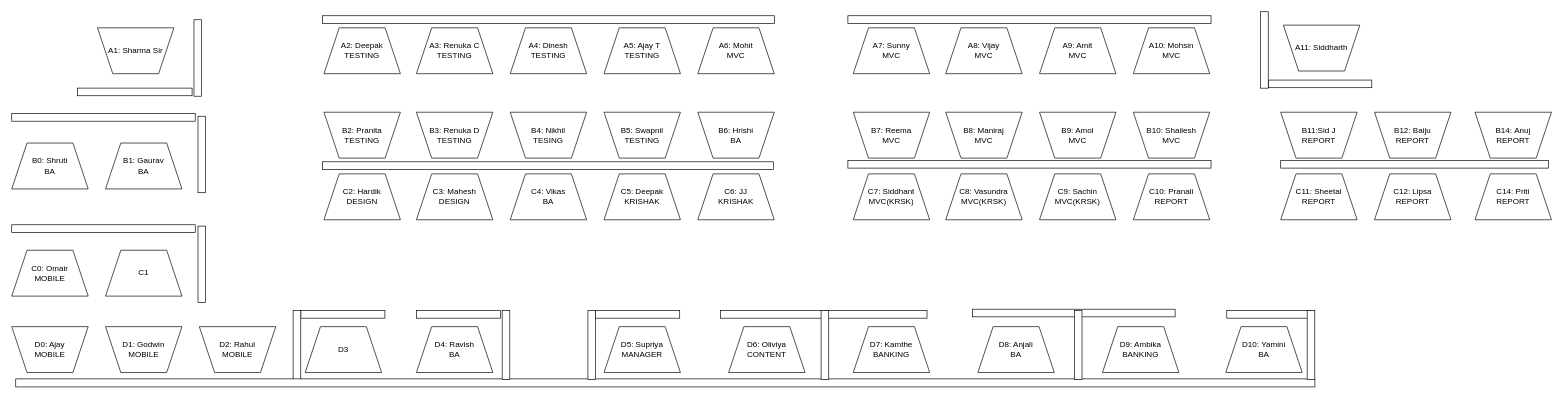
This is HO_605.drawio from ajaybhanushalid2k/wireframes, a draw.io file, before an edit. Source tidied: cells renumbered, new cells numbered last; positions are measured from the earlier drawing's top-left corner, leaving out a move shared by most shapes. Both pictures are drawn from the tidied source at 67%, with x=0, y=0 at pixel (11, 11).
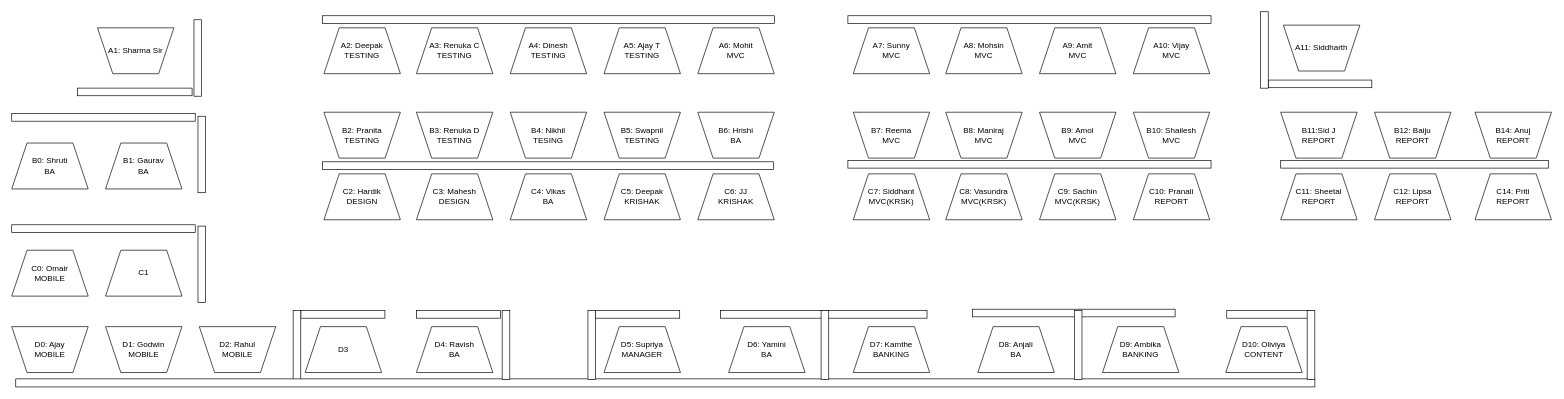
After the change.

The edit, as a diff of the source:
```diff
@@
-    <mxCell id="10" value="D6: Oliviya&lt;br&gt;CONTENT" style="shape=trapezoid;perimeter=trapezoidPerimeter;whiteSpace=wrap;html=1;direction=east;rotation=0;" parent="1" vertex="1">
+    <mxCell id="10" value="D6: Yamini&lt;br&gt;BA" style="shape=trapezoid;perimeter=trapezoidPerimeter;whiteSpace=wrap;html=1;direction=east;rotation=0;" parent="1" vertex="1">
       <mxGeometry x="1070" y="470" width="114.1" height="68.5" as="geometry" />
     </mxCell>
@@
-    <mxCell id="14" value="D10:&amp;nbsp;Yamini&lt;br&gt;BA" style="shape=trapezoid;perimeter=trapezoidPerimeter;whiteSpace=wrap;html=1;direction=east;rotation=0;" parent="1" vertex="1">
+    <mxCell id="14" value="D10:&amp;nbsp;Oliviya&lt;br&gt;CONTENT" style="shape=trapezoid;perimeter=trapezoidPerimeter;whiteSpace=wrap;html=1;direction=east;rotation=0;" parent="1" vertex="1">
       <mxGeometry x="1812" y="470" width="114.1" height="68.5" as="geometry" />
     </mxCell>
@@
-    <mxCell id="39" value="A8: Vijay&lt;br&gt;MVC" style="shape=trapezoid;perimeter=trapezoidPerimeter;whiteSpace=wrap;html=1;direction=east;rotation=0;" parent="1" vertex="1">
+    <mxCell id="39" value="A8:&amp;nbsp;Mohsin&lt;br&gt;MVC" style="shape=trapezoid;perimeter=trapezoidPerimeter;whiteSpace=wrap;html=1;direction=east;rotation=0;" parent="1" vertex="1">
       <mxGeometry x="1394" y="24" width="114.1" height="68.5" as="geometry" />
     </mxCell>
@@
-    <mxCell id="41" value="A10: Mohsin&lt;br&gt;MVC" style="shape=trapezoid;perimeter=trapezoidPerimeter;whiteSpace=wrap;html=1;direction=east;rotation=0;" parent="1" vertex="1">
+    <mxCell id="41" value="A10:&amp;nbsp;Vijay&lt;br&gt;MVC" style="shape=trapezoid;perimeter=trapezoidPerimeter;whiteSpace=wrap;html=1;direction=east;rotation=0;" parent="1" vertex="1">
       <mxGeometry x="1674" y="24" width="114.1" height="68.5" as="geometry" />
     </mxCell>
```
